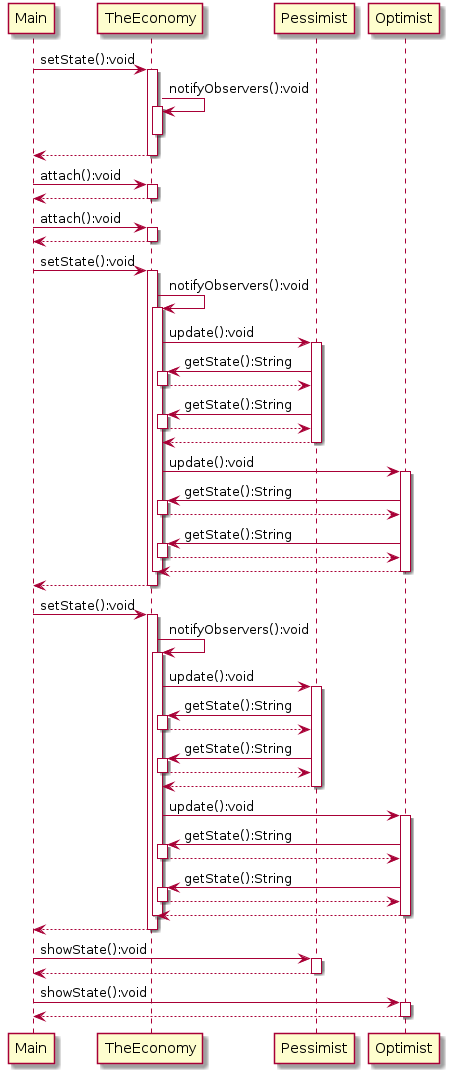
amitakamat/CMPE-202-UMLParser-Sequence keeps this PlantUML diagram as Output-Diagrams/OutputSequenceDiagram2.png. Above is the earlier version.
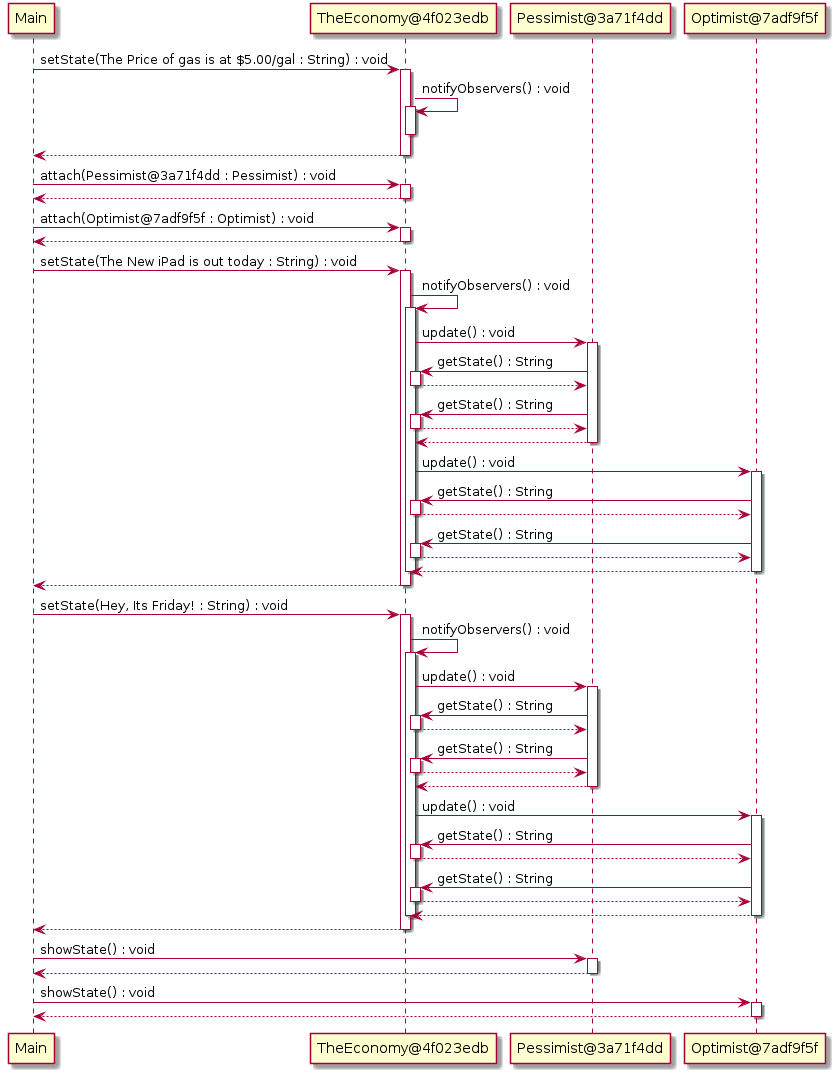
After the commit.

The edit, as a diff of the source:
```diff
@@ -1,87 +1,87 @@
 @startuml
-Main -> TheEconomy : setState():void
-activate TheEconomy
-TheEconomy -> TheEconomy : notifyObservers():void
-activate TheEconomy
-deactivate TheEconomy
-TheEconomy --> Main
-deactivate TheEconomy
-Main -> TheEconomy : attach():void
-activate TheEconomy
-TheEconomy --> Main
-deactivate TheEconomy
-Main -> TheEconomy : attach():void
-activate TheEconomy
-TheEconomy --> Main
-deactivate TheEconomy
-Main -> TheEconomy : setState():void
-activate TheEconomy
-TheEconomy -> TheEconomy : notifyObservers():void
-activate TheEconomy
-TheEconomy -> Pessimist : update():void
-activate Pessimist
-Pessimist -> TheEconomy : getState():String
-activate TheEconomy
-TheEconomy --> Pessimist
-deactivate TheEconomy
-Pessimist -> TheEconomy : getState():String
-activate TheEconomy
-TheEconomy --> Pessimist
-deactivate TheEconomy
-Pessimist --> TheEconomy
-deactivate Pessimist
-TheEconomy -> Optimist : update():void
-activate Optimist
-Optimist -> TheEconomy : getState():String
-activate TheEconomy
-TheEconomy --> Optimist
-deactivate TheEconomy
-Optimist -> TheEconomy : getState():String
-activate TheEconomy
-TheEconomy --> Optimist
-deactivate TheEconomy
-Optimist --> TheEconomy
-deactivate Optimist
-deactivate TheEconomy
-TheEconomy --> Main
-deactivate TheEconomy
-Main -> TheEconomy : setState():void
-activate TheEconomy
-TheEconomy -> TheEconomy : notifyObservers():void
-activate TheEconomy
-TheEconomy -> Pessimist : update():void
-activate Pessimist
-Pessimist -> TheEconomy : getState():String
-activate TheEconomy
-TheEconomy --> Pessimist
-deactivate TheEconomy
-Pessimist -> TheEconomy : getState():String
-activate TheEconomy
-TheEconomy --> Pessimist
-deactivate TheEconomy
-Pessimist --> TheEconomy
-deactivate Pessimist
-TheEconomy -> Optimist : update():void
-activate Optimist
-Optimist -> TheEconomy : getState():String
-activate TheEconomy
-TheEconomy --> Optimist
-deactivate TheEconomy
-Optimist -> TheEconomy : getState():String
-activate TheEconomy
-TheEconomy --> Optimist
-deactivate TheEconomy
-Optimist --> TheEconomy
-deactivate Optimist
-deactivate TheEconomy
-TheEconomy --> Main
-deactivate TheEconomy
-Main -> Pessimist : showState():void
-activate Pessimist
-Pessimist --> Main
-deactivate Pessimist
-Main -> Optimist : showState():void
-activate Optimist
-Optimist --> Main
-deactivate Optimist
+Main -> TheEconomy@4f023edb : setState(The Price of gas is at $5.00/gal : String) : void
+activate TheEconomy@4f023edb
+TheEconomy@4f023edb -> TheEconomy@4f023edb : notifyObservers() : void
+activate TheEconomy@4f023edb
+deactivate TheEconomy@4f023edb
+TheEconomy@4f023edb --> Main
+deactivate TheEconomy@4f023edb
+Main -> TheEconomy@4f023edb : attach(Pessimist@3a71f4dd : Pessimist) : void
+activate TheEconomy@4f023edb
+TheEconomy@4f023edb --> Main
+deactivate TheEconomy@4f023edb
+Main -> TheEconomy@4f023edb : attach(Optimist@7adf9f5f : Optimist) : void
+activate TheEconomy@4f023edb
+TheEconomy@4f023edb --> Main
+deactivate TheEconomy@4f023edb
+Main -> TheEconomy@4f023edb : setState(The New iPad is out today : String) : void
+activate TheEconomy@4f023edb
+TheEconomy@4f023edb -> TheEconomy@4f023edb : notifyObservers() : void
+activate TheEconomy@4f023edb
+TheEconomy@4f023edb -> Pessimist@3a71f4dd : update() : void
+activate Pessimist@3a71f4dd
+Pessimist@3a71f4dd -> TheEconomy@4f023edb : getState() : String
+activate TheEconomy@4f023edb
+TheEconomy@4f023edb --> Pessimist@3a71f4dd
+deactivate TheEconomy@4f023edb
+Pessimist@3a71f4dd -> TheEconomy@4f023edb : getState() : String
+activate TheEconomy@4f023edb
+TheEconomy@4f023edb --> Pessimist@3a71f4dd
+deactivate TheEconomy@4f023edb
+Pessimist@3a71f4dd --> TheEconomy@4f023edb
+deactivate Pessimist@3a71f4dd
+TheEconomy@4f023edb -> Optimist@7adf9f5f : update() : void
+activate Optimist@7adf9f5f
+Optimist@7adf9f5f -> TheEconomy@4f023edb : getState() : String
+activate TheEconomy@4f023edb
+TheEconomy@4f023edb --> Optimist@7adf9f5f
+deactivate TheEconomy@4f023edb
+Optimist@7adf9f5f -> TheEconomy@4f023edb : getState() : String
+activate TheEconomy@4f023edb
+TheEconomy@4f023edb --> Optimist@7adf9f5f
+deactivate TheEconomy@4f023edb
+Optimist@7adf9f5f --> TheEconomy@4f023edb
+deactivate Optimist@7adf9f5f
+deactivate TheEconomy@4f023edb
+TheEconomy@4f023edb --> Main
+deactivate TheEconomy@4f023edb
+Main -> TheEconomy@4f023edb : setState(Hey, Its Friday! : String) : void
+activate TheEconomy@4f023edb
+TheEconomy@4f023edb -> TheEconomy@4f023edb : notifyObservers() : void
+activate TheEconomy@4f023edb
+TheEconomy@4f023edb -> Pessimist@3a71f4dd : update() : void
+activate Pessimist@3a71f4dd
+Pessimist@3a71f4dd -> TheEconomy@4f023edb : getState() : String
+activate TheEconomy@4f023edb
+TheEconomy@4f023edb --> Pessimist@3a71f4dd
+deactivate TheEconomy@4f023edb
+Pessimist@3a71f4dd -> TheEconomy@4f023edb : getState() : String
+activate TheEconomy@4f023edb
+TheEconomy@4f023edb --> Pessimist@3a71f4dd
+deactivate TheEconomy@4f023edb
+Pessimist@3a71f4dd --> TheEconomy@4f023edb
+deactivate Pessimist@3a71f4dd
+TheEconomy@4f023edb -> Optimist@7adf9f5f : update() : void
+activate Optimist@7adf9f5f
+Optimist@7adf9f5f -> TheEconomy@4f023edb : getState() : String
+activate TheEconomy@4f023edb
+TheEconomy@4f023edb --> Optimist@7adf9f5f
+deactivate TheEconomy@4f023edb
+Optimist@7adf9f5f -> TheEconomy@4f023edb : getState() : String
+activate TheEconomy@4f023edb
+TheEconomy@4f023edb --> Optimist@7adf9f5f
+deactivate TheEconomy@4f023edb
+Optimist@7adf9f5f --> TheEconomy@4f023edb
+deactivate Optimist@7adf9f5f
+deactivate TheEconomy@4f023edb
+TheEconomy@4f023edb --> Main
+deactivate TheEconomy@4f023edb
+Main -> Pessimist@3a71f4dd : showState() : void
+activate Pessimist@3a71f4dd
+Pessimist@3a71f4dd --> Main
+deactivate Pessimist@3a71f4dd
+Main -> Optimist@7adf9f5f : showState() : void
+activate Optimist@7adf9f5f
+Optimist@7adf9f5f --> Main
+deactivate Optimist@7adf9f5f
 @enduml
```
